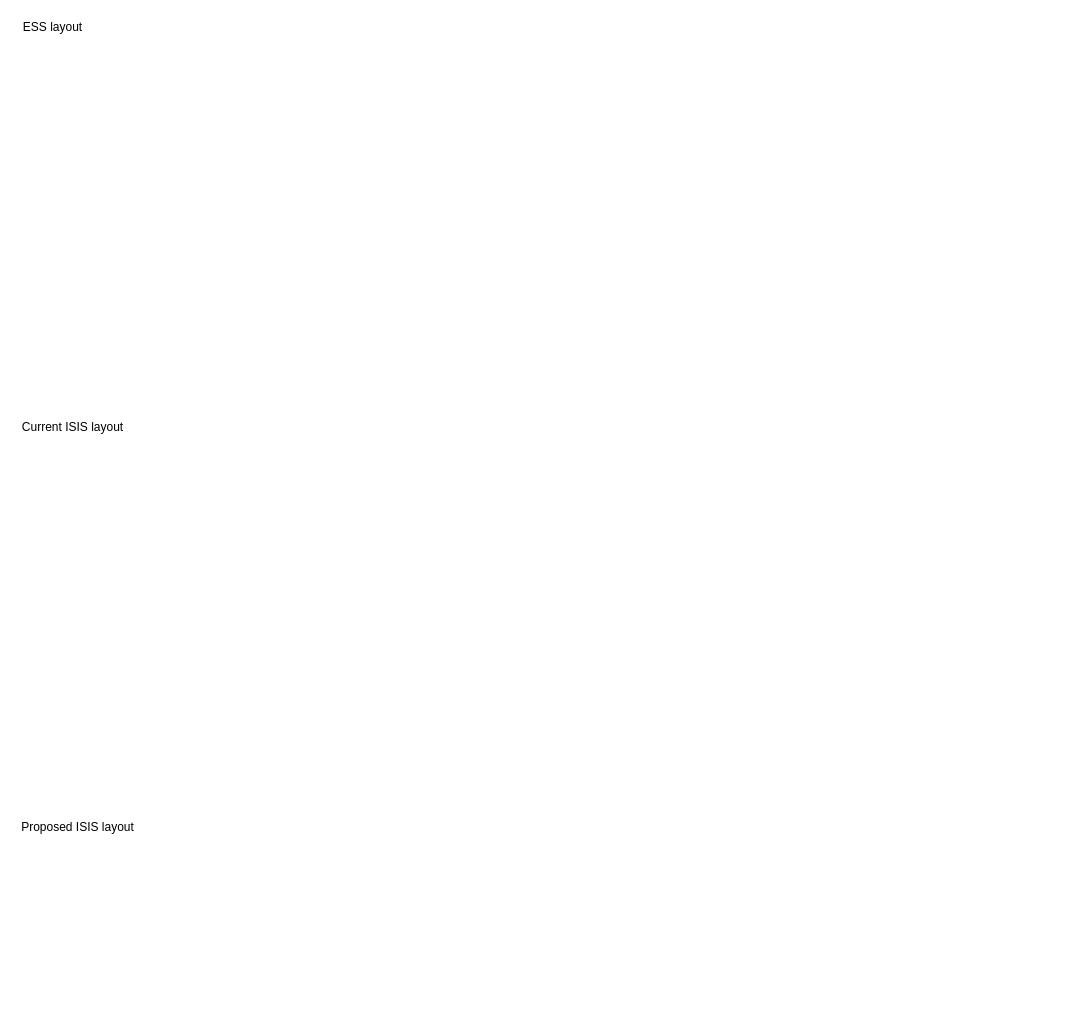
The draw.io diagram DatastreamingLayout.drawio in rerpha/drawio-diagrams, before the edit. Source tidied: cells renumbered, new cells numbered last; positions are measured from the earlier drawing's top-left corner, leaving out a move shared by most shapes. Both pictures are drawn from the tidied source at 100%, with x=0, y=0 at pixel (17, 17).
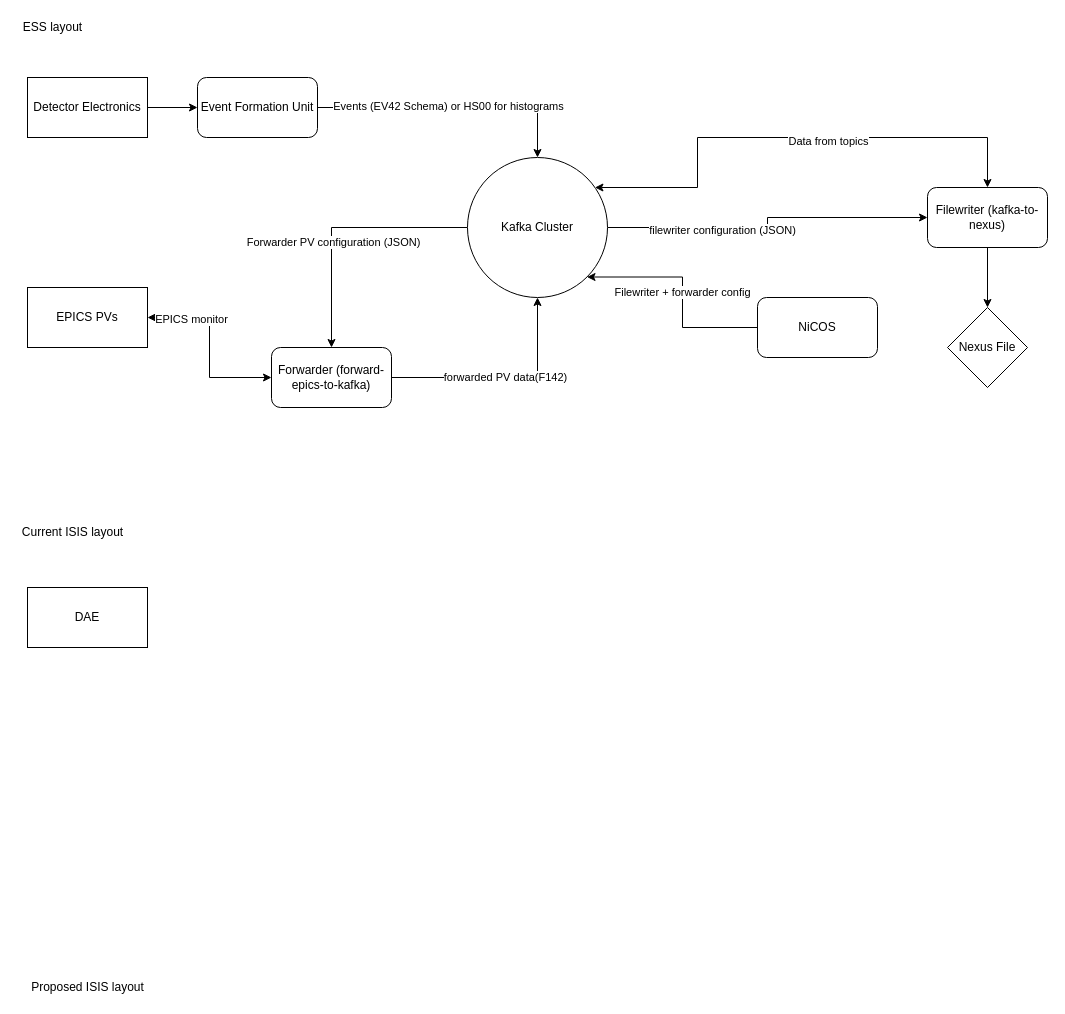
After the change.

Change to the diagram source:
```diff
@@
     <mxCell id="3" value="Current ISIS layout" style="text;html=1;align=center;verticalAlign=middle;" parent="1" vertex="1">
-      <mxGeometry y="400" width="110" height="20" as="geometry" />
+      <mxGeometry y="505" width="110" height="20" as="geometry" />
     </mxCell>
     <mxCell id="4" value="&lt;div&gt;Proposed ISIS layout&lt;/div&gt;" style="text;html=1;align=center;verticalAlign=middle;" parent="1" vertex="1">
-      <mxGeometry y="800" width="120" height="20" as="geometry" />
+      <mxGeometry x="10" y="960" width="120" height="20" as="geometry" />
     </mxCell>
+    <mxCell id="5" style="edgeStyle=orthogonalEdgeStyle;rounded=0;jettySize=auto;html=1;entryX=0.5;entryY=0;entryDx=0;entryDy=0;" parent="1" edge="1" source="7" target="16">
+      <mxGeometry relative="1" as="geometry" />
+    </mxCell>
+    <mxCell id="6" value="Events (EV42 Schema) or HS00 for histograms" style="edgeLabel;html=1;align=center;verticalAlign=middle;" parent="5" vertex="1">
+      <mxGeometry x="-0.04" y="2" relative="1" as="geometry" />
+    </mxCell>
+    <mxCell id="7" value="Event Formation Unit" style="rounded=1;whiteSpace=wrap;html=1;" parent="1" vertex="1">
+      <mxGeometry x="180" y="60" width="120" height="60" as="geometry" />
+    </mxCell>
+    <mxCell id="8" style="edgeStyle=orthogonalEdgeStyle;rounded=0;jettySize=auto;html=1;" parent="1" edge="1" source="9" target="7">
+      <mxGeometry relative="1" as="geometry" />
+    </mxCell>
+    <mxCell id="9" value="Detector Electronics" style="rounded=0;whiteSpace=wrap;html=1;" parent="1" vertex="1">
+      <mxGeometry x="10" y="60" width="120" height="60" as="geometry" />
+    </mxCell>
+    <mxCell id="10" style="edgeStyle=orthogonalEdgeStyle;rounded=0;jettySize=auto;html=1;" parent="1" edge="1" source="16" target="18">
+      <mxGeometry relative="1" as="geometry" />
+    </mxCell>
+    <mxCell id="11" value="filewriter configuration (JSON)" style="edgeLabel;html=1;align=center;verticalAlign=middle;" parent="10" vertex="1">
+      <mxGeometry x="-0.31" y="-2" relative="1" as="geometry" />
+    </mxCell>
+    <mxCell id="12" style="edgeStyle=orthogonalEdgeStyle;rounded=0;jettySize=auto;html=1;entryX=0.5;entryY=0;entryDx=0;entryDy=0;startArrow=classic;startFill=1;" parent="1" edge="1" source="16" target="18">
+      <mxGeometry relative="1" as="geometry">
+        <Array as="points">
+          <mxPoint x="680" y="170" />
+          <mxPoint x="680" y="120" />
+          <mxPoint x="970" y="120" />
+        </Array>
+      </mxGeometry>
+    </mxCell>
+    <mxCell id="13" value="Data from topics" style="edgeLabel;html=1;align=center;verticalAlign=middle;" parent="12" vertex="1">
+      <mxGeometry x="0.15" y="-3" relative="1" as="geometry" />
+    </mxCell>
+    <mxCell id="14" style="edgeStyle=orthogonalEdgeStyle;rounded=0;jettySize=auto;html=1;entryX=0.5;entryY=0;entryDx=0;entryDy=0;startArrow=none;startFill=0;" parent="1" edge="1" source="16" target="25">
+      <mxGeometry relative="1" as="geometry" />
+    </mxCell>
+    <mxCell id="15" value="Forwarder PV configuration (JSON)" style="edgeLabel;html=1;align=center;verticalAlign=middle;" parent="14" vertex="1">
+      <mxGeometry x="0.17" y="1" relative="1" as="geometry" />
+    </mxCell>
+    <mxCell id="16" value="Kafka Cluster" style="ellipse;whiteSpace=wrap;html=1;" parent="1" vertex="1">
+      <mxGeometry x="450" y="140" width="140" height="140" as="geometry" />
+    </mxCell>
+    <mxCell id="17" style="edgeStyle=orthogonalEdgeStyle;rounded=0;jettySize=auto;html=1;" parent="1" edge="1" source="18" target="19">
+      <mxGeometry relative="1" as="geometry" />
+    </mxCell>
+    <mxCell id="18" value="Filewriter (kafka-to-nexus)" style="rounded=1;whiteSpace=wrap;html=1;" parent="1" vertex="1">
+      <mxGeometry x="910" y="170" width="120" height="60" as="geometry" />
+    </mxCell>
+    <mxCell id="19" value="Nexus File" style="rhombus;whiteSpace=wrap;html=1;" parent="1" vertex="1">
+      <mxGeometry x="930" y="290" width="80" height="80" as="geometry" />
+    </mxCell>
+    <mxCell id="20" style="edgeStyle=orthogonalEdgeStyle;rounded=0;jettySize=auto;html=1;entryX=0;entryY=0.5;entryDx=0;entryDy=0;startArrow=classic;startFill=1;" parent="1" edge="1" source="22" target="25">
+      <mxGeometry relative="1" as="geometry" />
+    </mxCell>
+    <mxCell id="21" value="EPICS monitor" style="edgeLabel;html=1;align=center;verticalAlign=middle;" parent="20" vertex="1">
+      <mxGeometry x="-0.53" y="-1" relative="1" as="geometry" />
+    </mxCell>
+    <mxCell id="22" value="EPICS PVs" style="rounded=0;whiteSpace=wrap;html=1;" parent="1" vertex="1">
+      <mxGeometry x="10" y="270" width="120" height="60" as="geometry" />
+    </mxCell>
+    <mxCell id="23" style="edgeStyle=orthogonalEdgeStyle;rounded=0;jettySize=auto;html=1;startArrow=none;startFill=0;" parent="1" edge="1" source="25" target="16">
+      <mxGeometry relative="1" as="geometry" />
+    </mxCell>
+    <mxCell id="24" value="forwarded PV data(F142)" style="edgeLabel;html=1;align=center;verticalAlign=middle;" parent="23" vertex="1">
+      <mxGeometry y="1" relative="1" as="geometry" />
+    </mxCell>
+    <mxCell id="25" value="Forwarder (forward-epics-to-kafka)" style="rounded=1;whiteSpace=wrap;html=1;" parent="1" vertex="1">
+      <mxGeometry x="254" y="330" width="120" height="60" as="geometry" />
+    </mxCell>
+    <mxCell id="26" style="edgeStyle=orthogonalEdgeStyle;rounded=0;jettySize=auto;html=1;entryX=1;entryY=1;entryDx=0;entryDy=0;startArrow=none;startFill=0;" parent="1" edge="1" source="28" target="16">
+      <mxGeometry relative="1" as="geometry" />
+    </mxCell>
+    <mxCell id="27" value="Filewriter + forwarder config" style="edgeLabel;html=1;align=center;verticalAlign=middle;" parent="26" vertex="1">
+      <mxGeometry y="1" relative="1" as="geometry" />
+    </mxCell>
+    <mxCell id="28" value="NiCOS" style="rounded=1;whiteSpace=wrap;html=1;" parent="1" vertex="1">
+      <mxGeometry x="740" y="280" width="120" height="60" as="geometry" />
+    </mxCell>
+    <mxCell id="29" value="DAE" style="rounded=0;whiteSpace=wrap;html=1;" parent="1" vertex="1">
+      <mxGeometry x="10" y="570" width="120" height="60" as="geometry" />
+    </mxCell>
```
